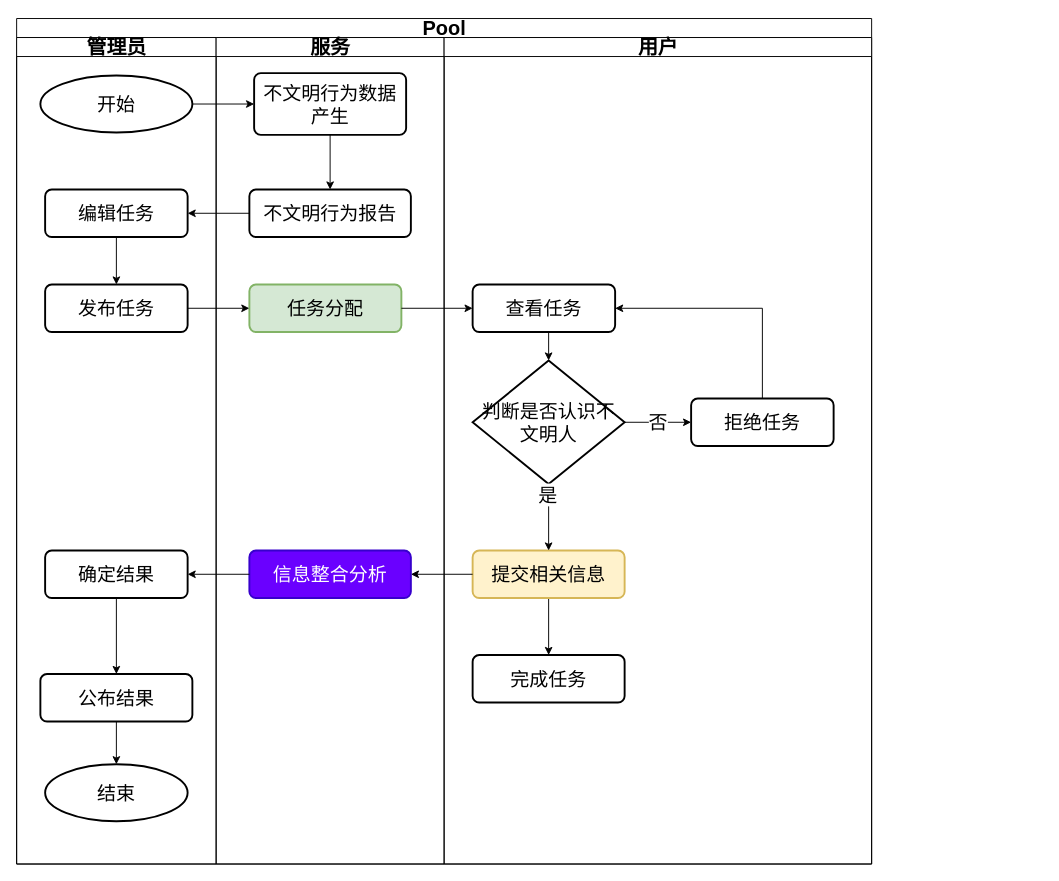
Before: 功能.drawio in SSSSiren/Photos, a draw.io diagram. Source tidied: cells renumbered, new cells numbered last; positions are measured from the earlier drawing's top-left corner, leaving out a move shared by most shapes. Both pictures are drawn from the tidied source at 95%, with x=0, y=0 at pixel (2, 18).
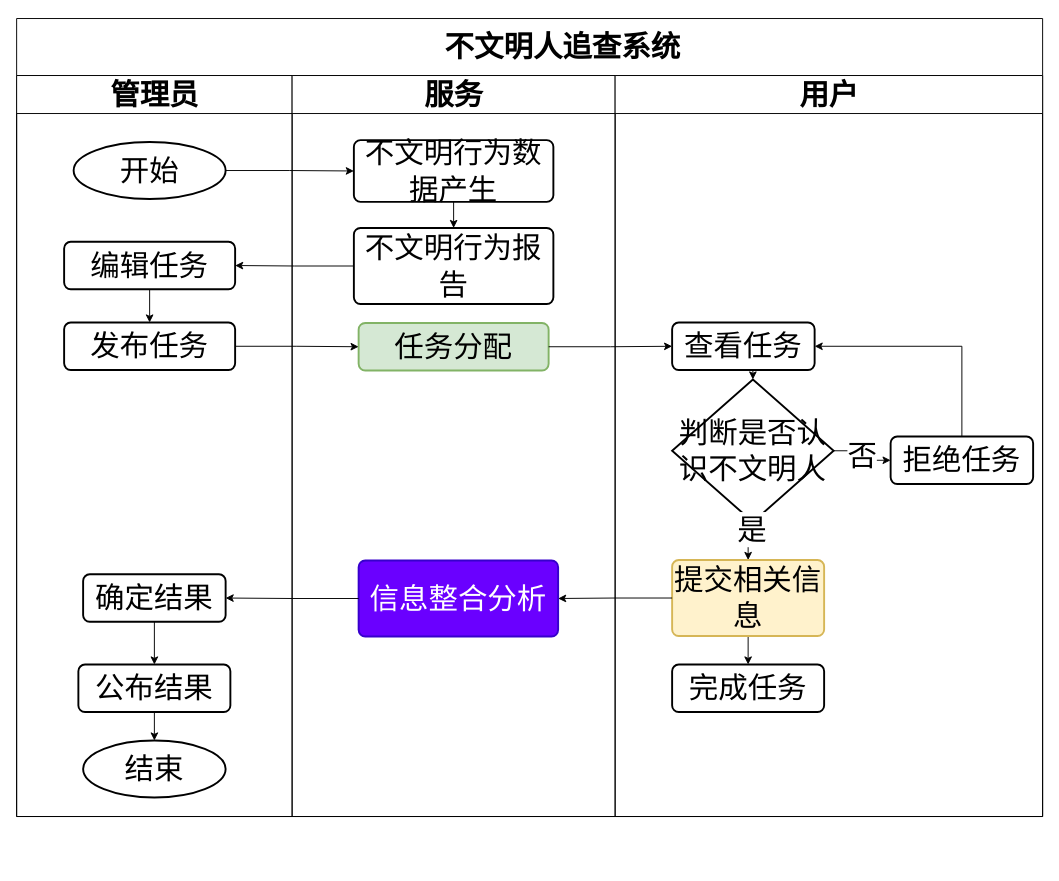
The same diagram, later.

Change to the diagram source:
```diff
@@
     <mxCell id="2" style="edgeStyle=orthogonalEdgeStyle;rounded=0;orthogonalLoop=1;jettySize=auto;html=1;endArrow=classic;endFill=1;" parent="1" edge="1">
       <mxGeometry relative="1" as="geometry">
-        <mxPoint x="570" y="510" as="targetPoint" />
+        <mxPoint x="690" y="540" as="targetPoint" />
         <Array as="points">
-          <mxPoint y="465" />
-          <mxPoint y="685" />
+          <mxPoint x="120" y="495" />
+          <mxPoint x="120" y="715" />
         </Array>
       </mxGeometry>
     </mxCell>
-    <mxCell id="3" value="Pool" style="swimlane;startSize=20;html=1;fontSize=21;" parent="1" vertex="1">
-      <mxGeometry x="15" width="900" height="890" as="geometry" />
+    <mxCell id="3" value="&lt;span style=&quot;white-space: pre; font-size: 31px;&quot;&gt;&#9;&lt;/span&gt;不文明人追查系统" style="swimlane;startSize=60;html=1;fontSize=31;" parent="1" vertex="1">
+      <mxGeometry x="15" width="1080" height="840" as="geometry" />
     </mxCell>
-    <mxCell id="4" value="管理员" style="swimlane;startSize=20;html=1;fontSize=21;" parent="3" vertex="1">
-      <mxGeometry y="20" width="210" height="870" as="geometry" />
+    <mxCell id="4" value="管理员" style="swimlane;startSize=40;html=1;fontSize=31;" parent="3" vertex="1">
+      <mxGeometry y="60" width="290" height="780" as="geometry" />
     </mxCell>
-    <mxCell id="5" value="开始" style="strokeWidth=2;html=1;shape=mxgraph.flowchart.start_1;whiteSpace=wrap;fontSize=20;" parent="4" vertex="1">
-      <mxGeometry x="25" y="40" width="160" height="60" as="geometry" />
+    <mxCell id="5" value="开始" style="strokeWidth=2;html=1;shape=mxgraph.flowchart.start_1;whiteSpace=wrap;fontSize=31;" parent="4" vertex="1">
+      <mxGeometry x="60" y="70" width="160" height="60" as="geometry" />
     </mxCell>
-    <mxCell id="6" style="edgeStyle=orthogonalEdgeStyle;rounded=0;jettySize=auto;html=1;exitX=0.5;exitY=1;exitDx=0;exitDy=0;entryX=0.5;entryY=0;entryDx=0;entryDy=0;" parent="4" edge="1" source="7" target="8">
+    <mxCell id="6" style="edgeStyle=orthogonalEdgeStyle;rounded=0;jettySize=auto;html=1;exitX=0.5;exitY=1;exitDx=0;exitDy=0;entryX=0.5;entryY=0;entryDx=0;entryDy=0;fontSize=31;" parent="4" edge="1" source="7" target="8">
       <mxGeometry relative="1" as="geometry" />
     </mxCell>
-    <mxCell id="7" value="编辑任务" style="rounded=1;whiteSpace=wrap;html=1;absoluteArcSize=1;arcSize=14;strokeWidth=2;fontSize=20;" parent="4" vertex="1">
-      <mxGeometry x="30" y="160" width="150" height="50" as="geometry" />
+    <mxCell id="7" value="编辑任务" style="rounded=1;whiteSpace=wrap;html=1;absoluteArcSize=1;arcSize=14;strokeWidth=2;fontSize=31;" parent="4" vertex="1">
+      <mxGeometry x="50" y="175" width="180" height="50" as="geometry" />
     </mxCell>
-    <mxCell id="8" value="发布任务" style="rounded=1;whiteSpace=wrap;html=1;absoluteArcSize=1;arcSize=14;strokeWidth=2;fontSize=20;" parent="4" vertex="1">
-      <mxGeometry x="30" y="260" width="150" height="50" as="geometry" />
+    <mxCell id="8" value="发布任务" style="rounded=1;whiteSpace=wrap;html=1;absoluteArcSize=1;arcSize=14;strokeWidth=2;fontSize=31;" parent="4" vertex="1">
+      <mxGeometry x="50" y="260" width="180" height="50" as="geometry" />
     </mxCell>
-    <mxCell id="9" style="edgeStyle=orthogonalEdgeStyle;rounded=0;jettySize=auto;html=1;" parent="4" edge="1" source="10" target="11">
+    <mxCell id="9" style="edgeStyle=orthogonalEdgeStyle;rounded=0;jettySize=auto;html=1;fontSize=31;" parent="4" edge="1" source="10" target="11">
       <mxGeometry relative="1" as="geometry" />
     </mxCell>
-    <mxCell id="10" value="确定结果" style="rounded=1;whiteSpace=wrap;html=1;absoluteArcSize=1;arcSize=14;strokeWidth=2;fontSize=20;" parent="4" vertex="1">
-      <mxGeometry x="30" y="540" width="150" height="50" as="geometry" />
+    <mxCell id="10" value="确定结果" style="rounded=1;whiteSpace=wrap;html=1;absoluteArcSize=1;arcSize=14;strokeWidth=2;fontSize=31;" parent="4" vertex="1">
+      <mxGeometry x="70" y="525" width="150" height="50" as="geometry" />
     </mxCell>
-    <mxCell id="11" value="公布结果" style="rounded=1;whiteSpace=wrap;html=1;absoluteArcSize=1;arcSize=14;strokeWidth=2;fontSize=20;" parent="4" vertex="1">
-      <mxGeometry x="25" y="670" width="160" height="50" as="geometry" />
+    <mxCell id="11" value="公布结果" style="rounded=1;whiteSpace=wrap;html=1;absoluteArcSize=1;arcSize=14;strokeWidth=2;fontSize=31;" parent="4" vertex="1">
+      <mxGeometry x="65" y="620" width="160" height="50" as="geometry" />
     </mxCell>
-    <mxCell id="12" value="结束" style="strokeWidth=2;html=1;shape=mxgraph.flowchart.start_1;whiteSpace=wrap;fontSize=20;" parent="4" vertex="1">
-      <mxGeometry x="30" y="765" width="150" height="60" as="geometry" />
+    <mxCell id="12" value="结束" style="strokeWidth=2;html=1;shape=mxgraph.flowchart.start_1;whiteSpace=wrap;fontSize=31;" parent="4" vertex="1">
+      <mxGeometry x="70" y="700" width="150" height="60" as="geometry" />
     </mxCell>
-    <mxCell id="13" style="edgeStyle=orthogonalEdgeStyle;rounded=0;jettySize=auto;html=1;exitX=0.5;exitY=1;exitDx=0;exitDy=0;entryX=0.5;entryY=0;entryDx=0;entryDy=0;entryPerimeter=0;" parent="4" edge="1" source="11" target="12">
+    <mxCell id="13" style="edgeStyle=orthogonalEdgeStyle;rounded=0;jettySize=auto;html=1;exitX=0.5;exitY=1;exitDx=0;exitDy=0;entryX=0.5;entryY=0;entryDx=0;entryDy=0;entryPerimeter=0;fontSize=31;" parent="4" edge="1" source="11" target="12">
       <mxGeometry relative="1" as="geometry" />
     </mxCell>
-    <mxCell id="14" value="服务" style="swimlane;startSize=20;html=1;fontSize=21;" parent="3" vertex="1">
-      <mxGeometry x="210" y="20" width="240" height="870" as="geometry" />
+    <mxCell id="14" value="服务" style="swimlane;startSize=40;html=1;fontSize=31;" parent="3" vertex="1">
+      <mxGeometry x="290" y="60" width="340" height="780" as="geometry" />
     </mxCell>
-    <mxCell id="15" style="edgeStyle=orthogonalEdgeStyle;rounded=0;jettySize=auto;html=1;exitX=0.5;exitY=1;exitDx=0;exitDy=0;entryX=0.5;entryY=0;entryDx=0;entryDy=0;fontSize=20;" parent="14" edge="1" source="16" target="17">
+    <mxCell id="15" style="edgeStyle=orthogonalEdgeStyle;rounded=0;jettySize=auto;html=1;exitX=0.5;exitY=1;exitDx=0;exitDy=0;entryX=0.5;entryY=0;entryDx=0;entryDy=0;fontSize=31;" parent="14" edge="1" source="16" target="17">
       <mxGeometry relative="1" as="geometry" />
     </mxCell>
-    <mxCell id="16" value="不文明行为数据产生" style="rounded=1;whiteSpace=wrap;html=1;absoluteArcSize=1;arcSize=14;strokeWidth=2;fontSize=20;" parent="14" vertex="1">
-      <mxGeometry x="40" y="37.5" width="160" height="65" as="geometry" />
+    <mxCell id="16" value="不文明行为数据产生" style="rounded=1;whiteSpace=wrap;html=1;absoluteArcSize=1;arcSize=14;strokeWidth=2;fontSize=31;" parent="14" vertex="1">
+      <mxGeometry x="65" y="68" width="210" height="65" as="geometry" />
     </mxCell>
-    <mxCell id="17" value="不文明行为报告" style="rounded=1;whiteSpace=wrap;html=1;absoluteArcSize=1;arcSize=14;strokeWidth=2;fontSize=20;" parent="14" vertex="1">
-      <mxGeometry x="35" y="160" width="170" height="50" as="geometry" />
+    <mxCell id="17" value="不文明行为报告" style="rounded=1;whiteSpace=wrap;html=1;absoluteArcSize=1;arcSize=14;strokeWidth=2;fontSize=31;" parent="14" vertex="1">
+      <mxGeometry x="65" y="160.5" width="210" height="80" as="geometry" />
     </mxCell>
-    <mxCell id="18" value="任务分配" style="rounded=1;whiteSpace=wrap;html=1;absoluteArcSize=1;arcSize=14;strokeWidth=2;fontSize=20;fillColor=#d5e8d4;strokeColor=#82b366;" parent="14" vertex="1">
-      <mxGeometry x="35" y="260" width="160" height="50" as="geometry" />
+    <mxCell id="18" value="任务分配" style="rounded=1;whiteSpace=wrap;html=1;absoluteArcSize=1;arcSize=14;strokeWidth=2;fontSize=31;fillColor=#d5e8d4;strokeColor=#82b366;" parent="14" vertex="1">
+      <mxGeometry x="70" y="260.5" width="200" height="50" as="geometry" />
     </mxCell>
-    <mxCell id="19" value="信息整合分析" style="rounded=1;whiteSpace=wrap;html=1;absoluteArcSize=1;arcSize=14;strokeWidth=2;fontSize=20;fillColor=#6a00ff;fontColor=#ffffff;strokeColor=#3700CC;" parent="14" vertex="1">
-      <mxGeometry x="35" y="540" width="170" height="50" as="geometry" />
+    <mxCell id="19" value="信息整合分析" style="rounded=1;whiteSpace=wrap;html=1;absoluteArcSize=1;arcSize=14;strokeWidth=2;fontSize=31;fillColor=#6a00ff;fontColor=#ffffff;strokeColor=#3700CC;" parent="14" vertex="1">
+      <mxGeometry x="70" y="510.5" width="210" height="80" as="geometry" />
     </mxCell>
-    <mxCell id="20" style="edgeStyle=orthogonalEdgeStyle;rounded=0;jettySize=auto;html=1;exitX=1;exitY=0.5;exitDx=0;exitDy=0;exitPerimeter=0;entryX=0;entryY=0.5;entryDx=0;entryDy=0;fontSize=20;" parent="3" edge="1" source="5" target="16">
+    <mxCell id="20" style="edgeStyle=orthogonalEdgeStyle;rounded=0;jettySize=auto;html=1;exitX=1;exitY=0.5;exitDx=0;exitDy=0;exitPerimeter=0;entryX=0;entryY=0.5;entryDx=0;entryDy=0;fontSize=31;" parent="3" edge="1" source="5" target="16">
       <mxGeometry relative="1" as="geometry" />
     </mxCell>
-    <mxCell id="21" value="用户" style="swimlane;startSize=20;html=1;fontSize=21;" parent="3" vertex="1">
-      <mxGeometry x="450" y="20" width="450" height="870" as="geometry" />
+    <mxCell id="21" value="用户" style="swimlane;startSize=40;html=1;fontSize=31;" parent="3" vertex="1">
+      <mxGeometry x="630" y="60" width="450" height="780" as="geometry" />
     </mxCell>
-    <mxCell id="22" value="查看任务" style="rounded=1;whiteSpace=wrap;html=1;absoluteArcSize=1;arcSize=14;strokeWidth=2;fontSize=20;" parent="21" vertex="1">
-      <mxGeometry x="30" y="260" width="150" height="50" as="geometry" />
+    <mxCell id="22" value="查看任务" style="rounded=1;whiteSpace=wrap;html=1;absoluteArcSize=1;arcSize=14;strokeWidth=2;fontSize=31;" parent="21" vertex="1">
+      <mxGeometry x="60" y="260" width="150" height="50" as="geometry" />
     </mxCell>
-    <mxCell id="23" value="判断是否认识不文明人" style="strokeWidth=2;html=1;shape=mxgraph.flowchart.decision;whiteSpace=wrap;fontSize=20;" parent="21" vertex="1">
-      <mxGeometry x="30" y="340" width="160" height="130" as="geometry" />
+    <mxCell id="23" value="判断是否认识不文明人" style="strokeWidth=2;html=1;shape=mxgraph.flowchart.decision;whiteSpace=wrap;fontSize=31;" parent="21" vertex="1">
+      <mxGeometry x="60" y="320" width="170" height="150" as="geometry" />
     </mxCell>
-    <mxCell id="24" style="edgeStyle=orthogonalEdgeStyle;rounded=0;jettySize=auto;html=1;exitX=0.5;exitY=0;exitDx=0;exitDy=0;entryX=1;entryY=0.5;entryDx=0;entryDy=0;" parent="21" edge="1" source="25" target="22">
+    <mxCell id="24" style="edgeStyle=orthogonalEdgeStyle;rounded=0;jettySize=auto;html=1;exitX=0.5;exitY=0;exitDx=0;exitDy=0;entryX=1;entryY=0.5;entryDx=0;entryDy=0;fontSize=31;" parent="21" edge="1" source="25" target="22">
       <mxGeometry relative="1" as="geometry" />
     </mxCell>
-    <mxCell id="25" value="拒绝任务" style="rounded=1;whiteSpace=wrap;html=1;absoluteArcSize=1;arcSize=14;strokeWidth=2;fontSize=20;" parent="21" vertex="1">
-      <mxGeometry x="260" y="380" width="150" height="50" as="geometry" />
+    <mxCell id="25" value="拒绝任务" style="rounded=1;whiteSpace=wrap;html=1;absoluteArcSize=1;arcSize=14;strokeWidth=2;fontSize=31;" parent="21" vertex="1">
+      <mxGeometry x="290" y="380" width="150" height="50" as="geometry" />
     </mxCell>
-    <mxCell id="26" value="否" style="edgeStyle=orthogonalEdgeStyle;rounded=0;jettySize=auto;html=1;exitX=1;exitY=0.5;exitDx=0;exitDy=0;exitPerimeter=0;entryX=0;entryY=0.5;entryDx=0;entryDy=0;fontSize=20;" parent="21" edge="1" source="23" target="25">
+    <mxCell id="26" value="否" style="edgeStyle=orthogonalEdgeStyle;rounded=0;jettySize=auto;html=1;exitX=1;exitY=0.5;exitDx=0;exitDy=0;exitPerimeter=0;entryX=0;entryY=0.5;entryDx=0;entryDy=0;fontSize=31;" parent="21" edge="1" source="23" target="25">
       <mxGeometry relative="1" as="geometry" />
     </mxCell>
-    <mxCell id="27" style="edgeStyle=orthogonalEdgeStyle;rounded=0;jettySize=auto;html=1;exitX=0.5;exitY=1;exitDx=0;exitDy=0;entryX=0.5;entryY=0;entryDx=0;entryDy=0;entryPerimeter=0;fontSize=20;" parent="21" edge="1" source="22" target="23">
+    <mxCell id="27" style="edgeStyle=orthogonalEdgeStyle;rounded=0;jettySize=auto;html=1;exitX=0.5;exitY=1;exitDx=0;exitDy=0;entryX=0.5;entryY=0;entryDx=0;entryDy=0;entryPerimeter=0;fontSize=31;" parent="21" edge="1" source="22" target="23">
       <mxGeometry relative="1" as="geometry" />
     </mxCell>
-    <mxCell id="28" style="edgeStyle=orthogonalEdgeStyle;rounded=0;jettySize=auto;html=1;exitX=0.5;exitY=1;exitDx=0;exitDy=0;entryX=0.5;entryY=0;entryDx=0;entryDy=0;" parent="21" edge="1" source="29" target="32">
+    <mxCell id="28" style="edgeStyle=orthogonalEdgeStyle;rounded=0;jettySize=auto;html=1;exitX=0.5;exitY=1;exitDx=0;exitDy=0;entryX=0.5;entryY=0;entryDx=0;entryDy=0;fontSize=31;" parent="21" edge="1" source="29" target="32">
       <mxGeometry relative="1" as="geometry" />
     </mxCell>
-    <mxCell id="29" value="提交相关信息" style="rounded=1;whiteSpace=wrap;html=1;absoluteArcSize=1;arcSize=14;strokeWidth=2;fontSize=20;fillColor=#fff2cc;strokeColor=#d6b656;" parent="21" vertex="1">
-      <mxGeometry x="30" y="540" width="160" height="50" as="geometry" />
+    <mxCell id="29" value="提交相关信息" style="rounded=1;whiteSpace=wrap;html=1;absoluteArcSize=1;arcSize=14;strokeWidth=2;fontSize=31;fillColor=#fff2cc;strokeColor=#d6b656;" parent="21" vertex="1">
+      <mxGeometry x="60" y="510" width="160" height="80" as="geometry" />
     </mxCell>
-    <mxCell id="30" style="edgeStyle=orthogonalEdgeStyle;rounded=0;jettySize=auto;html=1;exitX=0.5;exitY=1;exitDx=0;exitDy=0;exitPerimeter=0;fontSize=20;" parent="21" edge="1" source="23" target="29">
+    <mxCell id="30" style="edgeStyle=orthogonalEdgeStyle;rounded=0;jettySize=auto;html=1;exitX=0.5;exitY=1;exitDx=0;exitDy=0;exitPerimeter=0;fontSize=31;" parent="21" edge="1" source="23" target="29">
       <mxGeometry relative="1" as="geometry" />
     </mxCell>
-    <mxCell id="31" value="是" style="edgeLabel;html=1;align=center;verticalAlign=middle;fontSize=20;" parent="30" vertex="1">
+    <mxCell id="31" value="是" style="edgeLabel;html=1;align=center;verticalAlign=middle;fontSize=31;" parent="30" vertex="1">
       <mxGeometry x="-0.71" y="-2" relative="1" as="geometry" />
     </mxCell>
-    <mxCell id="32" value="完成任务" style="rounded=1;whiteSpace=wrap;html=1;absoluteArcSize=1;arcSize=14;strokeWidth=2;fontSize=20;" parent="21" vertex="1">
-      <mxGeometry x="30" y="650" width="160" height="50" as="geometry" />
+    <mxCell id="32" value="完成任务" style="rounded=1;whiteSpace=wrap;html=1;absoluteArcSize=1;arcSize=14;strokeWidth=2;fontSize=31;" parent="21" vertex="1">
+      <mxGeometry x="60" y="620" width="160" height="50" as="geometry" />
     </mxCell>
-    <mxCell id="33" style="edgeStyle=orthogonalEdgeStyle;rounded=0;jettySize=auto;html=1;exitX=0;exitY=0.5;exitDx=0;exitDy=0;entryX=1;entryY=0.5;entryDx=0;entryDy=0;fontSize=20;" parent="3" edge="1" source="17" target="7">
+    <mxCell id="33" style="edgeStyle=orthogonalEdgeStyle;rounded=0;jettySize=auto;html=1;exitX=0;exitY=0.5;exitDx=0;exitDy=0;entryX=1;entryY=0.5;entryDx=0;entryDy=0;fontSize=31;" parent="3" edge="1" source="17" target="7">
       <mxGeometry relative="1" as="geometry" />
     </mxCell>
-    <mxCell id="34" style="edgeStyle=orthogonalEdgeStyle;rounded=0;jettySize=auto;html=1;entryX=1;entryY=0.5;entryDx=0;entryDy=0;" parent="3" edge="1" source="29" target="19">
+    <mxCell id="34" style="edgeStyle=orthogonalEdgeStyle;rounded=0;jettySize=auto;html=1;entryX=1;entryY=0.5;entryDx=0;entryDy=0;fontSize=31;" parent="3" edge="1" source="29" target="19">
       <mxGeometry relative="1" as="geometry" />
     </mxCell>
-    <mxCell id="35" style="edgeStyle=orthogonalEdgeStyle;rounded=0;jettySize=auto;html=1;entryX=1;entryY=0.5;entryDx=0;entryDy=0;" parent="3" edge="1" source="19" target="10">
+    <mxCell id="35" style="edgeStyle=orthogonalEdgeStyle;rounded=0;jettySize=auto;html=1;entryX=1;entryY=0.5;entryDx=0;entryDy=0;fontSize=31;" parent="3" edge="1" source="19" target="10">
       <mxGeometry relative="1" as="geometry" />
     </mxCell>
-    <mxCell id="36" style="edgeStyle=orthogonalEdgeStyle;rounded=0;jettySize=auto;html=1;exitX=1;exitY=0.5;exitDx=0;exitDy=0;entryX=0;entryY=0.5;entryDx=0;entryDy=0;" parent="3" edge="1" source="8" target="18">
+    <mxCell id="36" style="edgeStyle=orthogonalEdgeStyle;rounded=0;jettySize=auto;html=1;exitX=1;exitY=0.5;exitDx=0;exitDy=0;entryX=0;entryY=0.5;entryDx=0;entryDy=0;fontSize=31;" parent="3" edge="1" source="8" target="18">
       <mxGeometry relative="1" as="geometry" />
     </mxCell>
-    <mxCell id="37" style="edgeStyle=orthogonalEdgeStyle;rounded=0;jettySize=auto;html=1;exitX=1;exitY=0.5;exitDx=0;exitDy=0;entryX=0;entryY=0.5;entryDx=0;entryDy=0;" parent="3" edge="1" source="18" target="22">
+    <mxCell id="37" style="edgeStyle=orthogonalEdgeStyle;rounded=0;jettySize=auto;html=1;exitX=1;exitY=0.5;exitDx=0;exitDy=0;entryX=0;entryY=0.5;entryDx=0;entryDy=0;fontSize=31;" parent="3" edge="1" source="18" target="22">
       <mxGeometry relative="1" as="geometry" />
     </mxCell>
```
